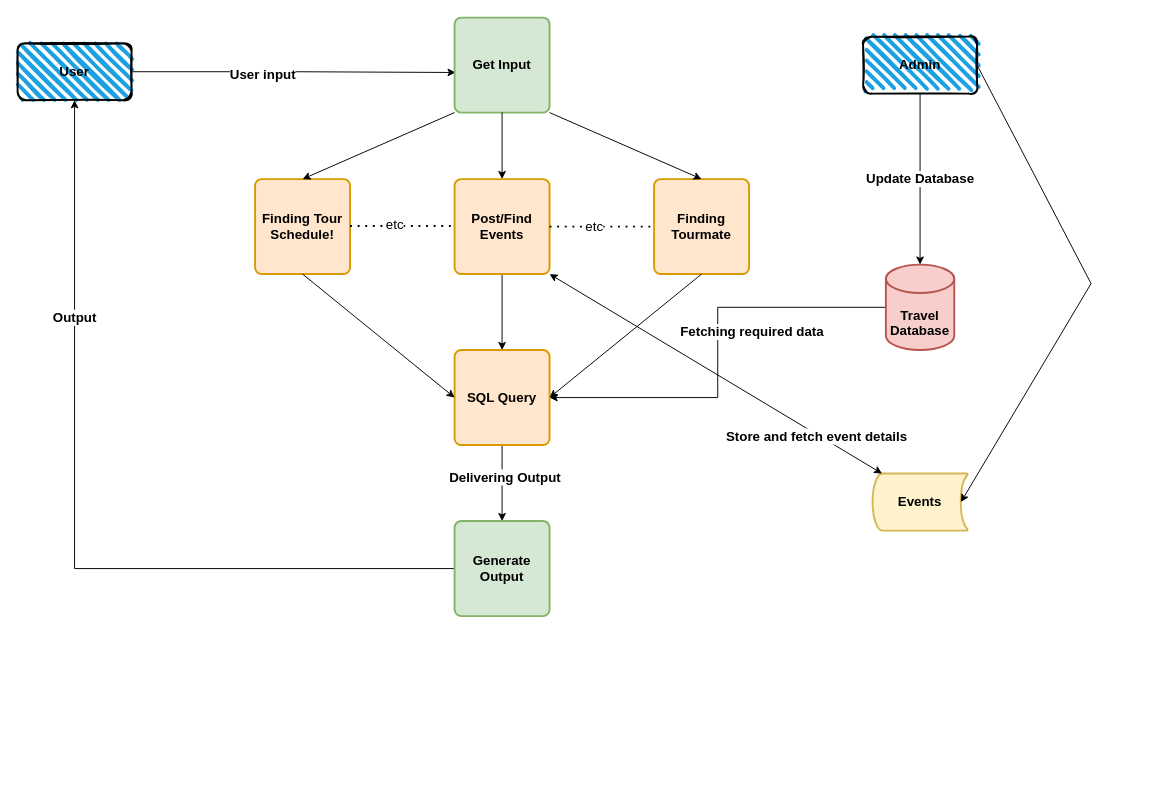
Earlier version of the draw.io diagram contextbjet.drawio (mahbubhimel/Html). Source tidied: cells renumbered, new cells numbered last; positions are measured from the earlier drawing's top-left corner, leaving out a move shared by most shapes. Both pictures are drawn from the tidied source at 95%, with x=0, y=0 at pixel (17, 17).
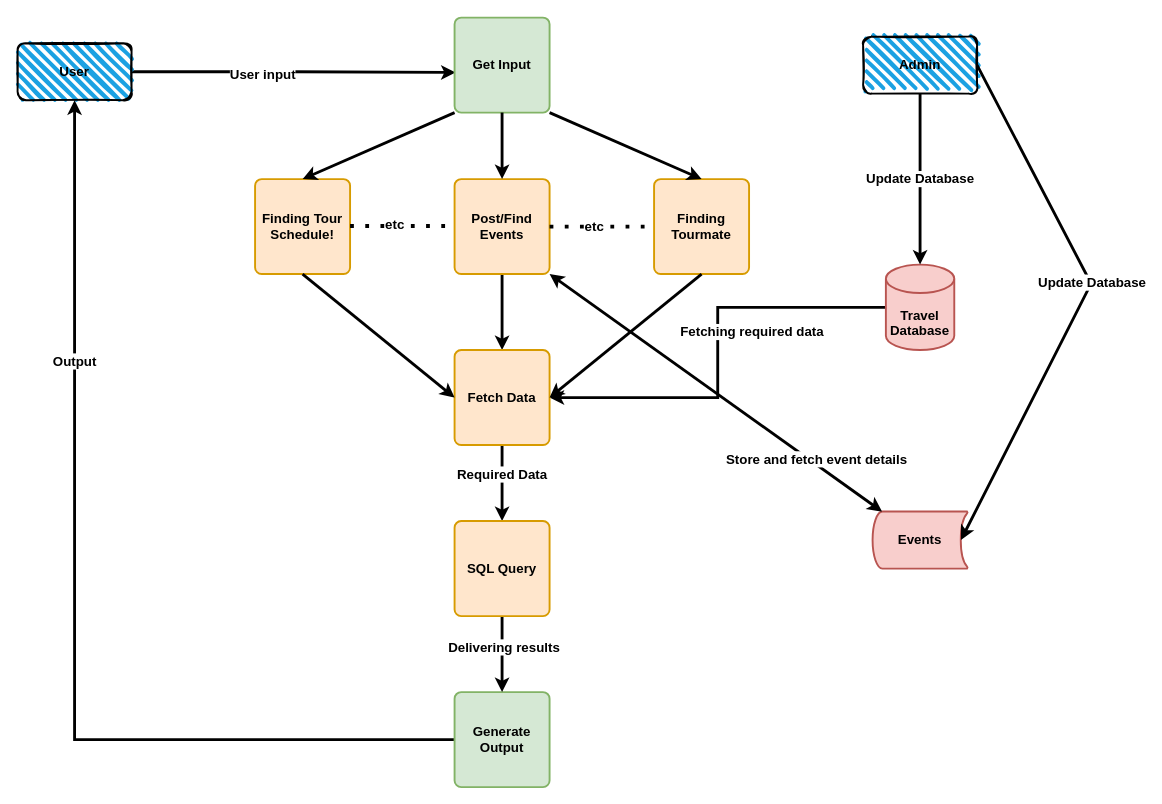
The same diagram, later.

The change refers to these unchanged cells:
```xml
<mxCell id="4" value="&lt;b&gt;User&lt;/b&gt;" style="rounded=1;whiteSpace=wrap;html=1;strokeWidth=2;fillWeight=4;hachureGap=8;hachureAngle=45;fillColor=#1ba1e2;sketch=1;fontSize=14;" parent="1" vertex="1">
  <mxGeometry y="27" width="120" height="60" as="geometry" />
</mxCell>
<mxCell id="5" value="&lt;b&gt;Get Input&lt;/b&gt;" style="rounded=1;whiteSpace=wrap;html=1;absoluteArcSize=1;arcSize=14;strokeWidth=2;fontSize=14;fillColor=#d5e8d4;strokeColor=#82b366;" parent="1" vertex="1">
  <mxGeometry x="460" width="100" height="100" as="geometry" />
</mxCell>
<mxCell id="8" value="&lt;b&gt;&lt;br&gt;&lt;br&gt;Travel&lt;br&gt;Database&lt;/b&gt;" style="strokeWidth=2;html=1;shape=mxgraph.flowchart.database;whiteSpace=wrap;fontSize=14;fillColor=#f8cecc;strokeColor=#b85450;" parent="1" vertex="1">
  <mxGeometry x="914" y="260" width="72" height="90" as="geometry" />
</mxCell>
<mxCell id="9" value="&lt;b&gt;Finding Tour Schedule!&lt;/b&gt;" style="rounded=1;whiteSpace=wrap;html=1;absoluteArcSize=1;arcSize=14;strokeWidth=2;fontSize=14;fillColor=#ffe6cc;strokeColor=#d79b00;" parent="1" vertex="1">
  <mxGeometry x="250" y="170" width="100" height="100" as="geometry" />
</mxCell>
<mxCell id="11" value="&lt;b&gt;Admin&lt;/b&gt;" style="rounded=1;whiteSpace=wrap;html=1;strokeWidth=2;fillWeight=4;hachureGap=8;hachureAngle=45;fillColor=#1ba1e2;sketch=1;fontSize=14;" parent="1" vertex="1">
  <mxGeometry x="890" y="20" width="120" height="60" as="geometry" />
</mxCell>
<mxCell id="14" value="&lt;b&gt;Post/Find Events&lt;/b&gt;" style="rounded=1;whiteSpace=wrap;html=1;absoluteArcSize=1;arcSize=14;strokeWidth=2;fontSize=14;fillColor=#ffe6cc;strokeColor=#d79b00;" parent="1" vertex="1">
  <mxGeometry x="460" y="170" width="100" height="100" as="geometry" />
</mxCell>
<mxCell id="15" value="&lt;b&gt;Finding Tourmate&lt;/b&gt;" style="rounded=1;whiteSpace=wrap;html=1;absoluteArcSize=1;arcSize=14;strokeWidth=2;fontSize=14;fillColor=#ffe6cc;strokeColor=#d79b00;" parent="1" vertex="1">
  <mxGeometry x="670" y="170" width="100" height="100" as="geometry" />
</mxCell>
```

Change to the diagram source:
```diff
@@
-    <mxCell id="2" style="edgeStyle=orthogonalEdgeStyle;rounded=0;jettySize=auto;html=1;entryX=0.011;entryY=0.578;entryDx=0;entryDy=0;entryPerimeter=0;fontSize=14;" parent="1" edge="1" source="4" target="5">
+    <mxCell id="2" style="edgeStyle=orthogonalEdgeStyle;rounded=0;jettySize=auto;html=1;entryX=0.011;entryY=0.578;entryDx=0;entryDy=0;entryPerimeter=0;fontSize=14;strokeWidth=3;" parent="1" edge="1" source="4" target="5">
       <mxGeometry relative="1" as="geometry" />
     </mxCell>
@@
-    <mxCell id="6" style="edgeStyle=orthogonalEdgeStyle;rounded=0;jettySize=auto;html=1;exitX=0;exitY=0.5;exitDx=0;exitDy=0;exitPerimeter=0;entryX=1;entryY=0.5;entryDx=0;entryDy=0;fontSize=14;" parent="1" edge="1" source="8" target="18">
+    <mxCell id="6" style="edgeStyle=orthogonalEdgeStyle;rounded=0;jettySize=auto;html=1;exitX=0;exitY=0.5;exitDx=0;exitDy=0;exitPerimeter=0;entryX=1;entryY=0.5;entryDx=0;entryDy=0;fontSize=14;strokeWidth=3;" parent="1" edge="1" source="8" target="18">
       <mxGeometry relative="1" as="geometry" />
     </mxCell>
@@
-    <mxCell id="10" value="&lt;b&gt;Update Database&lt;/b&gt;" style="edgeStyle=orthogonalEdgeStyle;rounded=0;jettySize=auto;html=1;exitX=0.5;exitY=1;exitDx=0;exitDy=0;entryX=0.5;entryY=0;entryDx=0;entryDy=0;entryPerimeter=0;fontSize=14;" parent="1" edge="1" source="11" target="8">
+    <mxCell id="10" value="&lt;b&gt;Update Database&lt;/b&gt;" style="edgeStyle=orthogonalEdgeStyle;rounded=0;jettySize=auto;html=1;exitX=0.5;exitY=1;exitDx=0;exitDy=0;entryX=0.5;entryY=0;entryDx=0;entryDy=0;entryPerimeter=0;fontSize=14;strokeWidth=3;" parent="1" edge="1" source="11" target="8">
       <mxGeometry relative="1" as="geometry" />
     </mxCell>
@@
-    <mxCell id="12" value="&lt;b&gt;Events&lt;/b&gt;" style="strokeWidth=2;html=1;shape=mxgraph.flowchart.stored_data;whiteSpace=wrap;fontSize=14;fillColor=#fff2cc;strokeColor=#d6b656;" parent="1" vertex="1">
-      <mxGeometry x="900" y="480" width="100" height="60" as="geometry" />
+    <mxCell id="12" value="&lt;b&gt;Events&lt;/b&gt;" style="strokeWidth=2;html=1;shape=mxgraph.flowchart.stored_data;whiteSpace=wrap;fontSize=14;fillColor=#f8cecc;strokeColor=#b85450;" parent="1" vertex="1">
+      <mxGeometry x="900" y="520" width="100" height="60" as="geometry" />
     </mxCell>
-    <mxCell id="13" style="edgeStyle=orthogonalEdgeStyle;rounded=0;jettySize=auto;html=1;exitX=0.5;exitY=1;exitDx=0;exitDy=0;entryX=0.5;entryY=0;entryDx=0;entryDy=0;fontSize=14;" parent="1" edge="1" source="14" target="18">
+    <mxCell id="13" style="edgeStyle=orthogonalEdgeStyle;rounded=0;jettySize=auto;html=1;exitX=0.5;exitY=1;exitDx=0;exitDy=0;entryX=0.5;entryY=0;entryDx=0;entryDy=0;fontSize=14;strokeWidth=3;" parent="1" edge="1" source="14" target="18">
       <mxGeometry relative="1" as="geometry" />
     </mxCell>
@@
-    <mxCell id="16" style="edgeStyle=orthogonalEdgeStyle;rounded=0;jettySize=auto;html=1;exitX=0.5;exitY=1;exitDx=0;exitDy=0;entryX=0.5;entryY=0;entryDx=0;entryDy=0;fontSize=14;" parent="1" edge="1" source="18" target="21">
-      <mxGeometry relative="1" as="geometry">
-        <Array as="points">
-          <mxPoint x="510" y="480" />
-          <mxPoint x="510" y="480" />
-        </Array>
-      </mxGeometry>
-    </mxCell>
-    <mxCell id="17" value="&lt;b&gt;Delivering Output&lt;/b&gt;" style="edgeLabel;html=1;align=center;verticalAlign=middle;fontSize=14;" parent="16" vertex="1">
-      <mxGeometry x="-0.17" y="2" relative="1" as="geometry" />
-    </mxCell>
+    <mxCell id="34" style="edgeStyle=orthogonalEdgeStyle;rounded=0;jumpSize=10;jettySize=auto;html=1;entryX=0.5;entryY=0;entryDx=0;entryDy=0;fontSize=14;strokeWidth=3;" parent="1" edge="1" source="18" target="39">
+      <mxGeometry relative="1" as="geometry" />
+    </mxCell>
+    <mxCell id="35" value="&lt;b&gt;Required Data&lt;/b&gt;" style="edgeLabel;html=1;align=center;verticalAlign=middle;fontSize=14;" parent="34" vertex="1">
+      <mxGeometry x="-0.24" y="-1" relative="1" as="geometry" />
+    </mxCell>
-    <mxCell id="18" value="&lt;b&gt;SQL Query&lt;/b&gt;" style="rounded=1;whiteSpace=wrap;html=1;absoluteArcSize=1;arcSize=14;strokeWidth=2;fontSize=14;fillColor=#ffe6cc;strokeColor=#d79b00;" parent="1" vertex="1">
+    <mxCell id="18" value="&lt;b&gt;Fetch Data&lt;/b&gt;" style="rounded=1;whiteSpace=wrap;html=1;absoluteArcSize=1;arcSize=14;strokeWidth=2;fontSize=14;fillColor=#ffe6cc;strokeColor=#d79b00;" parent="1" vertex="1">
       <mxGeometry x="460" y="350" width="100" height="100" as="geometry" />
     </mxCell>
-    <mxCell id="19" style="edgeStyle=orthogonalEdgeStyle;rounded=0;jettySize=auto;html=1;exitX=0;exitY=0.5;exitDx=0;exitDy=0;entryX=0.5;entryY=1;entryDx=0;entryDy=0;fontSize=14;" parent="1" edge="1" source="21" target="4">
+    <mxCell id="19" style="edgeStyle=orthogonalEdgeStyle;rounded=0;jettySize=auto;html=1;exitX=0;exitY=0.5;exitDx=0;exitDy=0;entryX=0.5;entryY=1;entryDx=0;entryDy=0;fontSize=14;strokeWidth=3;" parent="1" edge="1" source="21" target="4">
       <mxGeometry relative="1" as="geometry" />
     </mxCell>
@@
     <mxCell id="21" value="&lt;b&gt;Generate Output&lt;/b&gt;" style="rounded=1;whiteSpace=wrap;html=1;absoluteArcSize=1;arcSize=14;strokeWidth=2;fontSize=14;fillColor=#d5e8d4;strokeColor=#82b366;" parent="1" vertex="1">
-      <mxGeometry x="460" y="530" width="100" height="100" as="geometry" />
+      <mxGeometry x="460" y="710" width="100" height="100" as="geometry" />
     </mxCell>
-    <mxCell id="22" style="endArrow=classic;html=1;rounded=0;fontSize=14;entryX=0.5;entryY=0;entryDx=0;entryDy=0;exitX=0;exitY=1;exitDx=0;exitDy=0;" parent="1" edge="1" source="5" target="9">
+    <mxCell id="22" style="endArrow=classic;html=1;rounded=0;fontSize=14;entryX=0.5;entryY=0;entryDx=0;entryDy=0;exitX=0;exitY=1;exitDx=0;exitDy=0;strokeWidth=3;" parent="1" edge="1" source="5" target="9">
       <mxGeometry relative="1" as="geometry" />
     </mxCell>
-    <mxCell id="23" style="endArrow=classic;html=1;rounded=0;fontSize=14;exitX=0.5;exitY=1;exitDx=0;exitDy=0;entryX=0.5;entryY=0;entryDx=0;entryDy=0;" parent="1" edge="1" source="5" target="14">
+    <mxCell id="23" style="endArrow=classic;html=1;rounded=0;fontSize=14;exitX=0.5;exitY=1;exitDx=0;exitDy=0;entryX=0.5;entryY=0;entryDx=0;entryDy=0;strokeWidth=3;" parent="1" edge="1" source="5" target="14">
       <mxGeometry relative="1" as="geometry" />
     </mxCell>
-    <mxCell id="24" style="endArrow=classic;html=1;rounded=0;fontSize=14;exitX=1;exitY=1;exitDx=0;exitDy=0;entryX=0.5;entryY=0;entryDx=0;entryDy=0;" parent="1" edge="1" source="5" target="15">
+    <mxCell id="24" style="endArrow=classic;html=1;rounded=0;fontSize=14;exitX=1;exitY=1;exitDx=0;exitDy=0;entryX=0.5;entryY=0;entryDx=0;entryDy=0;strokeWidth=3;" parent="1" edge="1" source="5" target="15">
       <mxGeometry relative="1" as="geometry" />
     </mxCell>
-    <mxCell id="25" style="endArrow=classic;startArrow=classic;html=1;rounded=0;fontSize=14;exitX=1;exitY=1;exitDx=0;exitDy=0;entryX=0.1;entryY=0;entryDx=0;entryDy=0;entryPerimeter=0;" parent="1" edge="1" source="14" target="12">
+    <mxCell id="25" style="endArrow=classic;startArrow=classic;html=1;rounded=0;fontSize=14;exitX=1;exitY=1;exitDx=0;exitDy=0;entryX=0.1;entryY=0;entryDx=0;entryDy=0;entryPerimeter=0;strokeWidth=3;" parent="1" edge="1" source="14" target="12">
       <mxGeometry relative="1" as="geometry" />
     </mxCell>
@@
-    <mxCell id="27" style="endArrow=classic;html=1;rounded=0;fontSize=14;entryX=0.93;entryY=0.5;entryDx=0;entryDy=0;entryPerimeter=0;" parent="1" edge="1" target="12">
+    <mxCell id="27" style="endArrow=classic;html=1;rounded=0;fontSize=14;entryX=0.93;entryY=0.5;entryDx=0;entryDy=0;entryPerimeter=0;strokeWidth=3;" parent="1" edge="1" target="12">
       <mxGeometry relative="1" as="geometry">
         <mxPoint x="1010" y="50" as="sourcePoint" />
         <Array as="points">
           <mxPoint x="1130" y="280" />
         </Array>
       </mxGeometry>
     </mxCell>
+    <mxCell id="36" value="&lt;b&gt;Update Database&lt;/b&gt;" style="edgeLabel;html=1;align=center;verticalAlign=middle;fontSize=14;" parent="27" vertex="1">
+      <mxGeometry y="1" relative="1" as="geometry">
+        <mxPoint x="9" y="-21" as="offset" />
+      </mxGeometry>
+    </mxCell>
-    <mxCell id="28" style="endArrow=classic;html=1;rounded=0;fontSize=14;exitX=0.5;exitY=1;exitDx=0;exitDy=0;entryX=0;entryY=0.5;entryDx=0;entryDy=0;" parent="1" edge="1" source="9" target="18">
+    <mxCell id="28" style="endArrow=classic;html=1;rounded=0;fontSize=14;exitX=0.5;exitY=1;exitDx=0;exitDy=0;entryX=0;entryY=0.5;entryDx=0;entryDy=0;strokeWidth=3;" parent="1" edge="1" source="9" target="18">
       <mxGeometry relative="1" as="geometry" />
     </mxCell>
-    <mxCell id="29" style="endArrow=classic;html=1;rounded=0;fontSize=14;entryX=1;entryY=0.5;entryDx=0;entryDy=0;" parent="1" edge="1" target="18">
+    <mxCell id="29" style="endArrow=classic;html=1;rounded=0;fontSize=14;entryX=1;entryY=0.5;entryDx=0;entryDy=0;strokeWidth=3;" parent="1" edge="1" target="18">
       <mxGeometry relative="1" as="geometry">
         <mxPoint x="720" y="270" as="sourcePoint" />
       </mxGeometry>
     </mxCell>
-    <mxCell id="30" style="endArrow=none;dashed=1;html=1;dashPattern=1 3;strokeWidth=2;rounded=0;fontSize=14;exitX=1;exitY=0.5;exitDx=0;exitDy=0;entryX=0;entryY=0.5;entryDx=0;entryDy=0;" parent="1" edge="1" source="14" target="15">
+    <mxCell id="30" style="endArrow=none;dashed=1;html=1;dashPattern=1 3;strokeWidth=4;rounded=0;fontSize=14;exitX=1;exitY=0.5;exitDx=0;exitDy=0;entryX=0;entryY=0.5;entryDx=0;entryDy=0;" parent="1" edge="1" source="14" target="15">
       <mxGeometry relative="1" as="geometry" />
     </mxCell>
-    <mxCell id="31" value="etc" style="edgeLabel;html=1;align=center;verticalAlign=middle;fontSize=14;" parent="30" vertex="1">
+    <mxCell id="31" value="&lt;b&gt;etc&lt;/b&gt;" style="edgeLabel;html=1;align=center;verticalAlign=middle;fontSize=14;" parent="30" vertex="1">
       <mxGeometry x="-0.17" y="1" relative="1" as="geometry" />
     </mxCell>
-    <mxCell id="32" style="endArrow=none;dashed=1;html=1;dashPattern=1 3;strokeWidth=2;rounded=0;fontSize=14;exitX=1;exitY=0.5;exitDx=0;exitDy=0;entryX=0;entryY=0.5;entryDx=0;entryDy=0;" parent="1" edge="1">
+    <mxCell id="32" style="endArrow=none;dashed=1;html=1;dashPattern=1 3;strokeWidth=4;rounded=0;fontSize=14;exitX=1;exitY=0.5;exitDx=0;exitDy=0;entryX=0;entryY=0.5;entryDx=0;entryDy=0;jumpSize=10;" parent="1" edge="1">
       <mxGeometry relative="1" as="geometry">
         <mxPoint x="350" y="219.4" as="sourcePoint" />
         <mxPoint x="460" y="219.4" as="targetPoint" />
       </mxGeometry>
     </mxCell>
-    <mxCell id="33" value="etc" style="edgeLabel;html=1;align=center;verticalAlign=middle;fontSize=14;" parent="32" vertex="1">
+    <mxCell id="33" value="&lt;b&gt;etc&lt;/b&gt;" style="edgeLabel;html=1;align=center;verticalAlign=middle;fontSize=14;" parent="32" vertex="1">
       <mxGeometry x="-0.17" y="2" relative="1" as="geometry" />
     </mxCell>
+    <mxCell id="37" style="edgeStyle=orthogonalEdgeStyle;rounded=0;jumpSize=10;jettySize=auto;html=1;exitX=0.5;exitY=1;exitDx=0;exitDy=0;entryX=0.5;entryY=0;entryDx=0;entryDy=0;fontSize=14;strokeWidth=3;" parent="1" edge="1" source="39" target="21">
+      <mxGeometry relative="1" as="geometry" />
+    </mxCell>
+    <mxCell id="38" value="&lt;b&gt;Delivering results&lt;br&gt;&lt;/b&gt;" style="edgeLabel;html=1;align=center;verticalAlign=middle;fontSize=14;" parent="37" vertex="1">
+      <mxGeometry x="-0.21" y="1" relative="1" as="geometry" />
+    </mxCell>
+    <mxCell id="39" value="&lt;b&gt;SQL Query&lt;/b&gt;" style="rounded=1;whiteSpace=wrap;html=1;absoluteArcSize=1;arcSize=14;strokeWidth=2;fontSize=14;fillColor=#ffe6cc;strokeColor=#d79b00;" parent="1" vertex="1">
+      <mxGeometry x="460" y="530" width="100" height="100" as="geometry" />
+    </mxCell>
```
